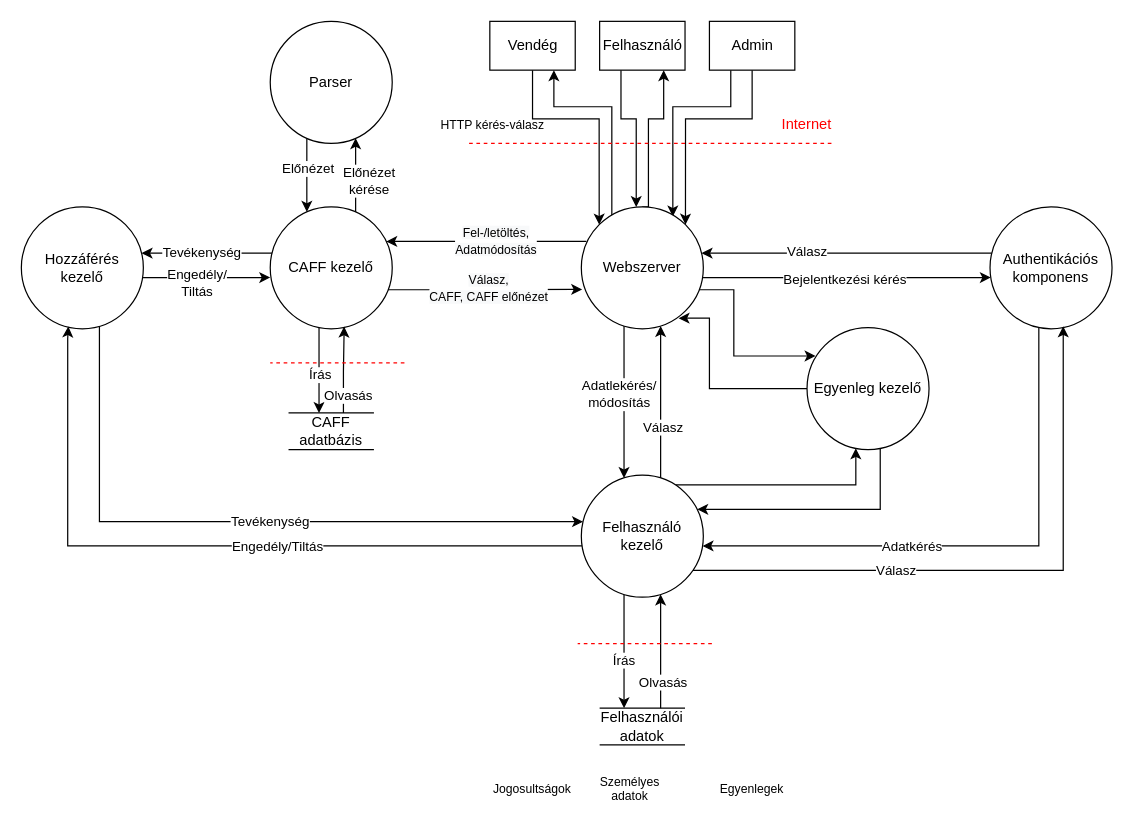
This is figures/adatfolyam.drawio from evgyom/szg_bizt_hf, a draw.io file, before an edit. Source tidied: cells renumbered, new cells numbered last; positions are measured from the earlier drawing's top-left corner, leaving out a move shared by most shapes. Both pictures are drawn from the tidied source at 122%, with x=0, y=0 at pixel (21, 21).
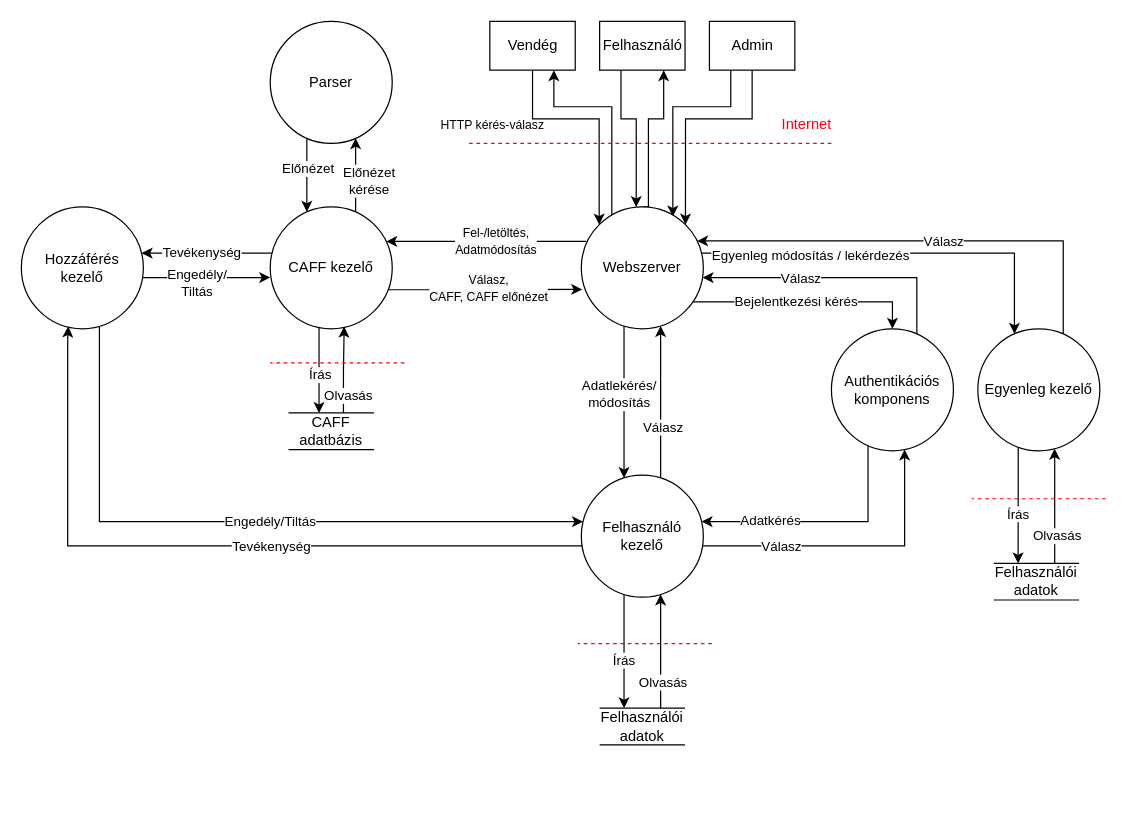
The same diagram, later.

Commit message (it also covers changes not shown here):
README bővitve, alternativ adatfolyam diagram

Unchanged cells that the change refers to:
```xml
<mxCell id="18" value="Webszerver" style="ellipse;whiteSpace=wrap;html=1;" parent="1" vertex="1">
  <mxGeometry x="459" y="152" width="100" height="100" as="geometry" />
</mxCell>
<mxCell id="33" style="edgeStyle=orthogonalEdgeStyle;rounded=0;jettySize=auto;html=1;entryX=0.014;entryY=0.381;entryDx=0;entryDy=0;entryPerimeter=0;exitX=0.709;exitY=0.953;exitDx=0;exitDy=0;exitPerimeter=0;" parent="1" edge="1" source="37" target="47">
  <mxGeometry relative="1" as="geometry">
    <Array as="points">
      <mxPoint x="64" y="247" />
      <mxPoint x="64" y="410" />
    </Array>
  </mxGeometry>
</mxCell>
<mxCell id="42" style="edgeStyle=orthogonalEdgeStyle;rounded=0;jettySize=auto;html=1;entryX=0.385;entryY=0.981;entryDx=0;entryDy=0;entryPerimeter=0;" parent="1" edge="1" source="47" target="37">
  <mxGeometry relative="1" as="geometry">
    <Array as="points">
      <mxPoint x="38" y="430" />
      <mxPoint x="38" y="260" />
      <mxPoint x="39" y="260" />
    </Array>
  </mxGeometry>
</mxCell>
<mxCell id="47" value="Felhasználó kezelő" style="ellipse;whiteSpace=wrap;html=1;" parent="1" vertex="1">
  <mxGeometry x="459" y="372" width="100" height="100" as="geometry" />
</mxCell>
```

What changed in the source:
```diff
@@
-    <mxCell id="13" style="edgeStyle=orthogonalEdgeStyle;rounded=0;jettySize=auto;html=1;" parent="1" edge="1" source="18" target="23">
-      <mxGeometry relative="1" as="geometry">
-        <Array as="points">
-          <mxPoint x="704" y="210" />
-          <mxPoint x="704" y="210" />
-        </Array>
-      </mxGeometry>
-    </mxCell>
-    <mxCell id="14" value="Bejelentkezési kérés" style="edgeLabel;html=1;align=center;verticalAlign=middle;" parent="13" vertex="1">
-      <mxGeometry x="-0.4" y="-1" relative="1" as="geometry">
-        <mxPoint x="45" as="offset" />
-      </mxGeometry>
-    </mxCell>
@@
-    <mxCell id="17" style="edgeStyle=orthogonalEdgeStyle;rounded=0;jettySize=auto;html=1;entryX=0.07;entryY=0.233;entryDx=0;entryDy=0;entryPerimeter=0;" parent="1" edge="1" source="18" target="64">
+    <mxCell id="17" style="edgeStyle=orthogonalEdgeStyle;rounded=0;jettySize=auto;html=1;" parent="1" edge="1" source="18" target="64">
       <mxGeometry relative="1" as="geometry">
         <Array as="points">
-          <mxPoint x="584" y="220" />
-          <mxPoint x="584" y="274" />
+          <mxPoint x="814" y="190" />
         </Array>
       </mxGeometry>
     </mxCell>
+    <mxCell id="72" value="Egyenleg módosítás / lekérdezés" style="edgeLabel;html=1;align=center;verticalAlign=middle;" parent="17" vertex="1">
+      <mxGeometry x="-0.45" y="-1" relative="1" as="geometry" />
+    </mxCell>
+    <mxCell id="13" style="edgeStyle=orthogonalEdgeStyle;rounded=0;jettySize=auto;html=1;entryX=0.5;entryY=0;entryDx=0;entryDy=0;" parent="1" edge="1" source="18" target="23">
+      <mxGeometry relative="1" as="geometry">
+        <Array as="points">
+          <mxPoint x="714" y="230" />
+        </Array>
+      </mxGeometry>
+    </mxCell>
+    <mxCell id="14" value="Bejelentkezési kérés" style="edgeLabel;html=1;align=center;verticalAlign=middle;" parent="13" vertex="1">
+      <mxGeometry x="-0.49" y="1" relative="1" as="geometry">
+        <mxPoint x="37" as="offset" />
+      </mxGeometry>
+    </mxCell>
@@
     <mxCell id="19" style="edgeStyle=orthogonalEdgeStyle;rounded=0;jettySize=auto;html=1;" parent="1" edge="1" source="23" target="18">
       <mxGeometry relative="1" as="geometry">
         <Array as="points">
-          <mxPoint x="634" y="190" />
-          <mxPoint x="634" y="190" />
+          <mxPoint x="734" y="210" />
         </Array>
       </mxGeometry>
     </mxCell>
     <mxCell id="20" value="Válasz" style="edgeLabel;html=1;align=center;verticalAlign=middle;" parent="19" vertex="1">
-      <mxGeometry x="0.28" y="-2" relative="1" as="geometry" />
+      <mxGeometry x="0.28" y="-2" relative="1" as="geometry">
+        <mxPoint y="2" as="offset" />
+      </mxGeometry>
     </mxCell>
-    <mxCell id="21" style="edgeStyle=orthogonalEdgeStyle;rounded=0;jettySize=auto;html=1;" parent="1" edge="1" source="23" target="47">
-      <mxGeometry relative="1" as="geometry">
-        <Array as="points">
-          <mxPoint x="834" y="430" />
-        </Array>
-      </mxGeometry>
-    </mxCell>
-    <mxCell id="22" value="Adatkérés" style="edgeLabel;html=1;align=center;verticalAlign=middle;" parent="21" vertex="1">
-      <mxGeometry x="0.25" relative="1" as="geometry" />
-    </mxCell>
-    <mxCell id="23" value="Authentikációs komponens" style="ellipse;whiteSpace=wrap;html=1;" parent="1" vertex="1">
-      <mxGeometry x="794" y="152" width="100" height="100" as="geometry" />
-    </mxCell>
@@
-    <mxCell id="34" value="Tevékenység" style="edgeLabel;html=1;align=center;verticalAlign=middle;" parent="33" vertex="1">
+    <mxCell id="34" value="Engedély/Tiltás" style="edgeLabel;html=1;align=center;verticalAlign=middle;" parent="33" vertex="1">
       <mxGeometry x="0.09" y="1" relative="1" as="geometry" />
     </mxCell>
@@
-    <mxCell id="38" style="edgeStyle=orthogonalEdgeStyle;rounded=0;jettySize=auto;html=1;entryX=0.6;entryY=0.98;entryDx=0;entryDy=0;entryPerimeter=0;" parent="1" edge="1" source="47" target="23">
-      <mxGeometry relative="1" as="geometry">
-        <Array as="points">
-          <mxPoint x="854" y="450" />
-        </Array>
-      </mxGeometry>
-    </mxCell>
-    <mxCell id="39" value="Válasz" style="edgeLabel;html=1;align=center;verticalAlign=middle;" parent="38" vertex="1">
-      <mxGeometry x="-0.34" y="1" relative="1" as="geometry" />
-    </mxCell>
@@
-    <mxCell id="43" value="Engedély/Tiltás" style="edgeLabel;html=1;align=center;verticalAlign=middle;" parent="42" vertex="1">
+    <mxCell id="43" value="Tevékenység" style="edgeLabel;html=1;align=center;verticalAlign=middle;" parent="42" vertex="1">
       <mxGeometry x="-0.09" relative="1" as="geometry">
-        <mxPoint x="24" as="offset" />
+        <mxPoint x="19" as="offset" />
       </mxGeometry>
     </mxCell>
@@
-    <mxCell id="46" style="edgeStyle=orthogonalEdgeStyle;rounded=0;jettySize=auto;html=1;" parent="1" edge="1" source="47" target="64">
-      <mxGeometry relative="1" as="geometry">
-        <Array as="points">
-          <mxPoint x="684" y="380" />
-        </Array>
-      </mxGeometry>
-    </mxCell>
+    <mxCell id="38" style="edgeStyle=orthogonalEdgeStyle;rounded=0;jettySize=auto;html=1;" parent="1" edge="1" source="47" target="23">
+      <mxGeometry relative="1" as="geometry">
+        <Array as="points">
+          <mxPoint x="724" y="430" />
+        </Array>
+      </mxGeometry>
+    </mxCell>
+    <mxCell id="73" value="Válasz" style="edgeLabel;html=1;align=center;verticalAlign=middle;" parent="38" vertex="1">
+      <mxGeometry x="-0.46" relative="1" as="geometry">
+        <mxPoint x="-2" as="offset" />
+      </mxGeometry>
+    </mxCell>
@@
-    <mxCell id="62" style="edgeStyle=orthogonalEdgeStyle;rounded=0;jettySize=auto;html=1;entryX=0.797;entryY=0.913;entryDx=0;entryDy=0;entryPerimeter=0;" parent="1" edge="1" source="64" target="18">
+    <mxCell id="62" style="edgeStyle=orthogonalEdgeStyle;rounded=0;jettySize=auto;html=1;" parent="1" edge="1" source="64" target="18">
       <mxGeometry relative="1" as="geometry">
         <Array as="points">
-          <mxPoint x="564" y="301" />
-          <mxPoint x="564" y="243" />
+          <mxPoint x="854" y="180" />
         </Array>
       </mxGeometry>
     </mxCell>
-    <mxCell id="63" style="edgeStyle=orthogonalEdgeStyle;rounded=0;jettySize=auto;html=1;entryX=0.95;entryY=0.28;entryDx=0;entryDy=0;entryPerimeter=0;" parent="1" edge="1" source="64" target="47">
-      <mxGeometry relative="1" as="geometry">
-        <Array as="points">
-          <mxPoint x="704" y="400" />
-        </Array>
-      </mxGeometry>
-    </mxCell>
+    <mxCell id="74" value="Válasz" style="edgeLabel;html=1;align=center;verticalAlign=middle;" parent="62" vertex="1">
+      <mxGeometry x="-0.07" relative="1" as="geometry" />
+    </mxCell>
     <mxCell id="64" value="Egyenleg kezelő" style="ellipse;whiteSpace=wrap;html=1;" parent="1" vertex="1">
-      <mxGeometry x="644" y="251" width="100" height="100" as="geometry" />
+      <mxGeometry x="784" y="252" width="100" height="100" as="geometry" />
     </mxCell>
-    <mxCell id="65" value="Jogosultságok" style="text;html=1;strokeColor=none;fillColor=none;align=center;verticalAlign=middle;whiteSpace=wrap;rounded=0;fontSize=10;fontColor=#000000;" parent="1" vertex="1">
-      <mxGeometry x="389" y="614" width="60" height="30" as="geometry" />
-    </mxCell>
-    <mxCell id="66" value="Személyes adatok" style="text;html=1;strokeColor=none;fillColor=none;align=center;verticalAlign=middle;whiteSpace=wrap;rounded=0;fontSize=10;fontColor=#000000;" parent="1" vertex="1">
-      <mxGeometry x="489" y="614" width="20" height="30" as="geometry" />
-    </mxCell>
-    <mxCell id="67" value="Egyenlegek" style="text;html=1;strokeColor=none;fillColor=none;align=center;verticalAlign=middle;whiteSpace=wrap;rounded=0;fontSize=10;fontColor=#000000;" parent="1" vertex="1">
-      <mxGeometry x="569" y="614" width="60" height="30" as="geometry" />
-    </mxCell>
@@
+    <mxCell id="21" style="edgeStyle=orthogonalEdgeStyle;rounded=0;jettySize=auto;html=1;" parent="1" edge="1" source="23" target="47">
+      <mxGeometry relative="1" as="geometry">
+        <Array as="points">
+          <mxPoint x="694" y="410" />
+        </Array>
+      </mxGeometry>
+    </mxCell>
+    <mxCell id="22" value="Adatkérés" style="edgeLabel;html=1;align=center;verticalAlign=middle;" parent="21" vertex="1">
+      <mxGeometry x="0.51" y="-2" relative="1" as="geometry">
+        <mxPoint x="7" as="offset" />
+      </mxGeometry>
+    </mxCell>
+    <mxCell id="23" value="Authentikációs komponens" style="ellipse;whiteSpace=wrap;html=1;" parent="1" vertex="1">
+      <mxGeometry x="664" y="252" width="100" height="100" as="geometry" />
+    </mxCell>
+    <mxCell id="75" style="edgeStyle=orthogonalEdgeStyle;rounded=0;jettySize=auto;html=1;entryX=0.25;entryY=0;entryDx=0;entryDy=0;exitX=0.331;exitY=0.97;exitDx=0;exitDy=0;exitPerimeter=0;" parent="1" edge="1" source="64" target="79">
+      <mxGeometry relative="1" as="geometry">
+        <Array as="points">
+          <mxPoint x="817" y="381" />
+          <mxPoint x="817" y="381" />
+        </Array>
+      </mxGeometry>
+    </mxCell>
+    <mxCell id="76" value="Írás" style="edgeLabel;html=1;align=center;verticalAlign=middle;" parent="75" vertex="1">
+      <mxGeometry x="0.16" y="-3" relative="1" as="geometry">
+        <mxPoint x="2" as="offset" />
+      </mxGeometry>
+    </mxCell>
+    <mxCell id="77" style="edgeStyle=orthogonalEdgeStyle;rounded=0;jettySize=auto;html=1;entryX=0.629;entryY=0.983;entryDx=0;entryDy=0;entryPerimeter=0;" parent="1" edge="1" source="79" target="64">
+      <mxGeometry relative="1" as="geometry">
+        <Array as="points">
+          <mxPoint x="847" y="361" />
+          <mxPoint x="847" y="361" />
+        </Array>
+      </mxGeometry>
+    </mxCell>
+    <mxCell id="78" value="Olvasás" style="edgeLabel;html=1;align=center;verticalAlign=middle;" parent="77" vertex="1">
+      <mxGeometry x="-0.2" y="1" relative="1" as="geometry">
+        <mxPoint x="2" y="15" as="offset" />
+      </mxGeometry>
+    </mxCell>
+    <mxCell id="79" value="Felhasználói adatok" style="text;html=1;strokeColor=none;fillColor=none;align=center;verticalAlign=middle;whiteSpace=wrap;rounded=0;" parent="1" vertex="1">
+      <mxGeometry x="802" y="444.3" width="60" height="30" as="geometry" />
+    </mxCell>
+    <mxCell id="80" style="endArrow=none;html=1;rounded=0;" parent="1" edge="1">
+      <mxGeometry relative="1" as="geometry">
+        <mxPoint x="797" y="444.3" as="sourcePoint" />
+        <mxPoint x="867" y="444.3" as="targetPoint" />
+      </mxGeometry>
+    </mxCell>
+    <mxCell id="81" style="endArrow=none;dashed=1;html=1;rounded=0;fillColor=#f8cecc;strokeColor=#FF0000;" parent="1" edge="1">
+      <mxGeometry relative="1" as="geometry">
+        <mxPoint x="889" y="391.3" as="sourcePoint" />
+        <mxPoint x="779" y="391.3" as="targetPoint" />
+      </mxGeometry>
+    </mxCell>
+    <mxCell id="82" style="endArrow=none;html=1;rounded=0;" parent="1" edge="1">
+      <mxGeometry relative="1" as="geometry">
+        <mxPoint x="797" y="474.3" as="sourcePoint" />
+        <mxPoint x="867" y="474.3" as="targetPoint" />
+      </mxGeometry>
+    </mxCell>
```
